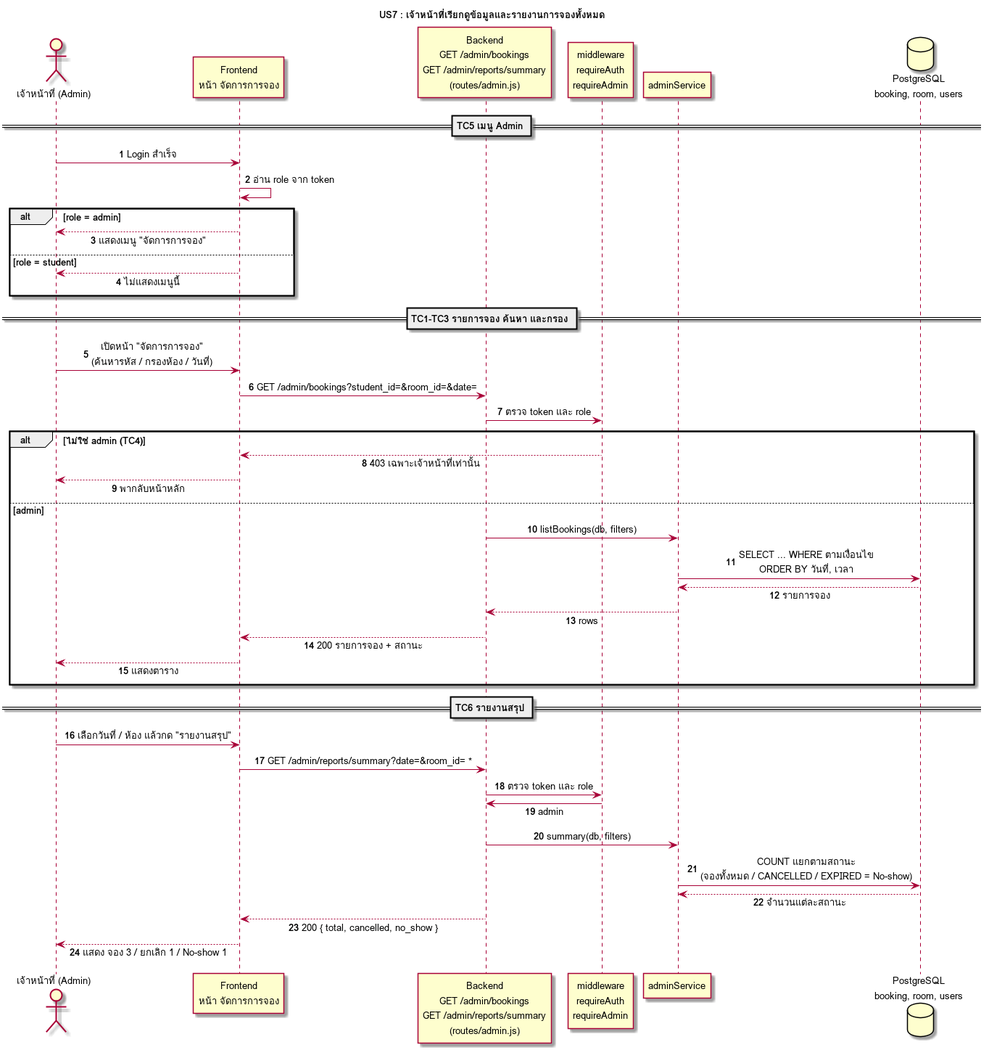
Before: docs/design/sequence/US7-admin-report.png, a diagram exported from PlantUML (niairi/cs261_650001_group8). Its source is kept beside it as docs/design/sequence/US7-admin-report.puml.
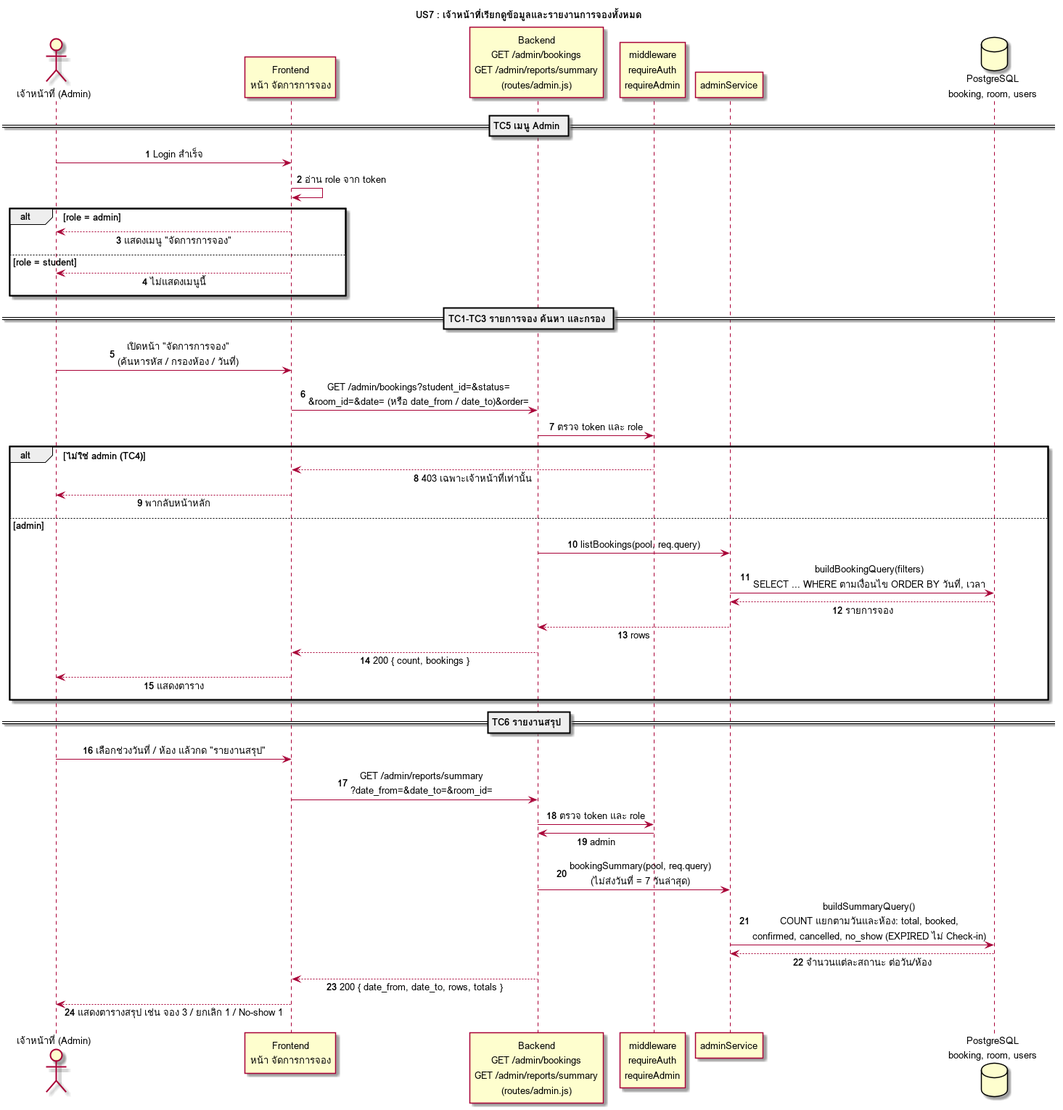
Above is the later version.

Commit message:
docs(Task58): แก้ชื่อ endpoint/ฟังก์ชัน US7 ให้ตรงโค้ด (bookingSummary, date_from/date_to)

Change to the diagram source:
```diff
@@ -23,29 +23,29 @@
 
 == TC1–TC3 รายการจอง ค้นหา และกรอง ==
 U -> FE : เปิดหน้า "จัดการการจอง"\n(ค้นหารหัส / กรองห้อง / วันที่)
-FE -> R : GET /admin/bookings?student_id=&room_id=&date=
+FE -> R : GET /admin/bookings?student_id=&status=\n&room_id=&date= (หรือ date_from / date_to)&order=
 R -> A : ตรวจ token และ role
 alt ไม่ใช่ admin (TC4)
   A --> FE : 403 เฉพาะเจ้าหน้าที่เท่านั้น
   FE --> U : พากลับหน้าหลัก
 else admin
-  R -> S : listBookings(db, filters)
-  S -> DB : SELECT ... WHERE ตามเงื่อนไข\nORDER BY วันที่, เวลา
+  R -> S : listBookings(pool, req.query)
+  S -> DB : buildBookingQuery(filters)\nSELECT ... WHERE ตามเงื่อนไข ORDER BY วันที่, เวลา
   DB --> S : รายการจอง
   S --> R : rows
-  R --> FE : 200 รายการจอง + สถานะ
+  R --> FE : 200 { count, bookings }
   FE --> U : แสดงตาราง
 end
 
 == TC6 รายงานสรุป ==
-U -> FE : เลือกวันที่ / ห้อง แล้วกด "รายงานสรุป"
-FE -> R : GET /admin/reports/summary?date=&room_id= *
+U -> FE : เลือกช่วงวันที่ / ห้อง แล้วกด "รายงานสรุป"
+FE -> R : GET /admin/reports/summary\n?date_from=&date_to=&room_id=
 R -> A : ตรวจ token และ role
 A -> R : admin
-R -> S : summary(db, filters)
-S -> DB : COUNT แยกตามสถานะ\n(จองทั้งหมด / CANCELLED / EXPIRED = No-show)
-DB --> S : จำนวนแต่ละสถานะ
-R --> FE : 200 { total, cancelled, no_show }
-FE --> U : แสดง จอง 3 / ยกเลิก 1 / No-show 1
+R -> S : bookingSummary(pool, req.query)\n(ไม่ส่งวันที่ = 7 วันล่าสุด)
+S -> DB : buildSummaryQuery()\nCOUNT แยกตามวันและห้อง: total, booked,\nconfirmed, cancelled, no_show (EXPIRED ไม่ Check-in)
+DB --> S : จำนวนแต่ละสถานะ ต่อวัน/ห้อง
+R --> FE : 200 { date_from, date_to, rows, totals }
+FE --> U : แสดงตารางสรุป เช่น จอง 3 / ยกเลิก 1 / No-show 1
 
 @enduml
```
